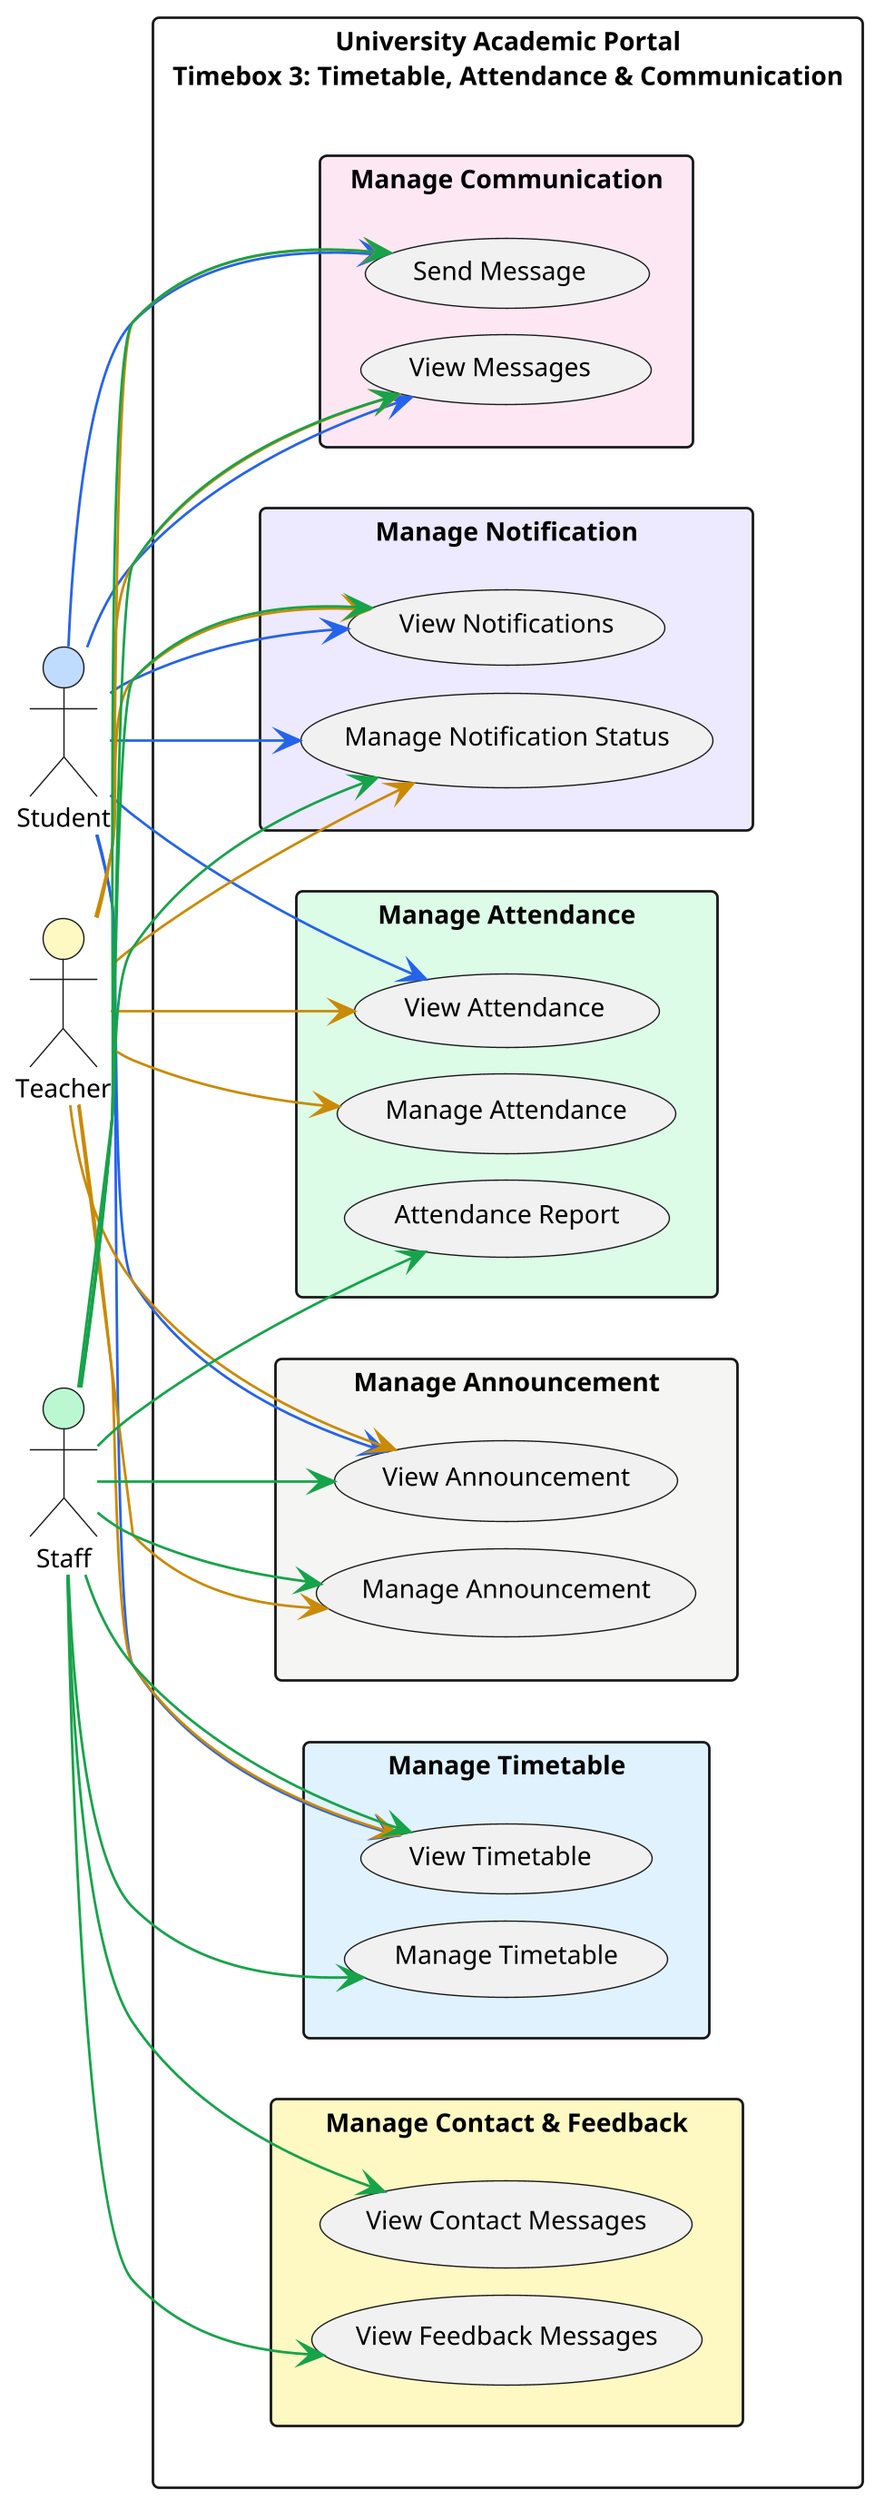
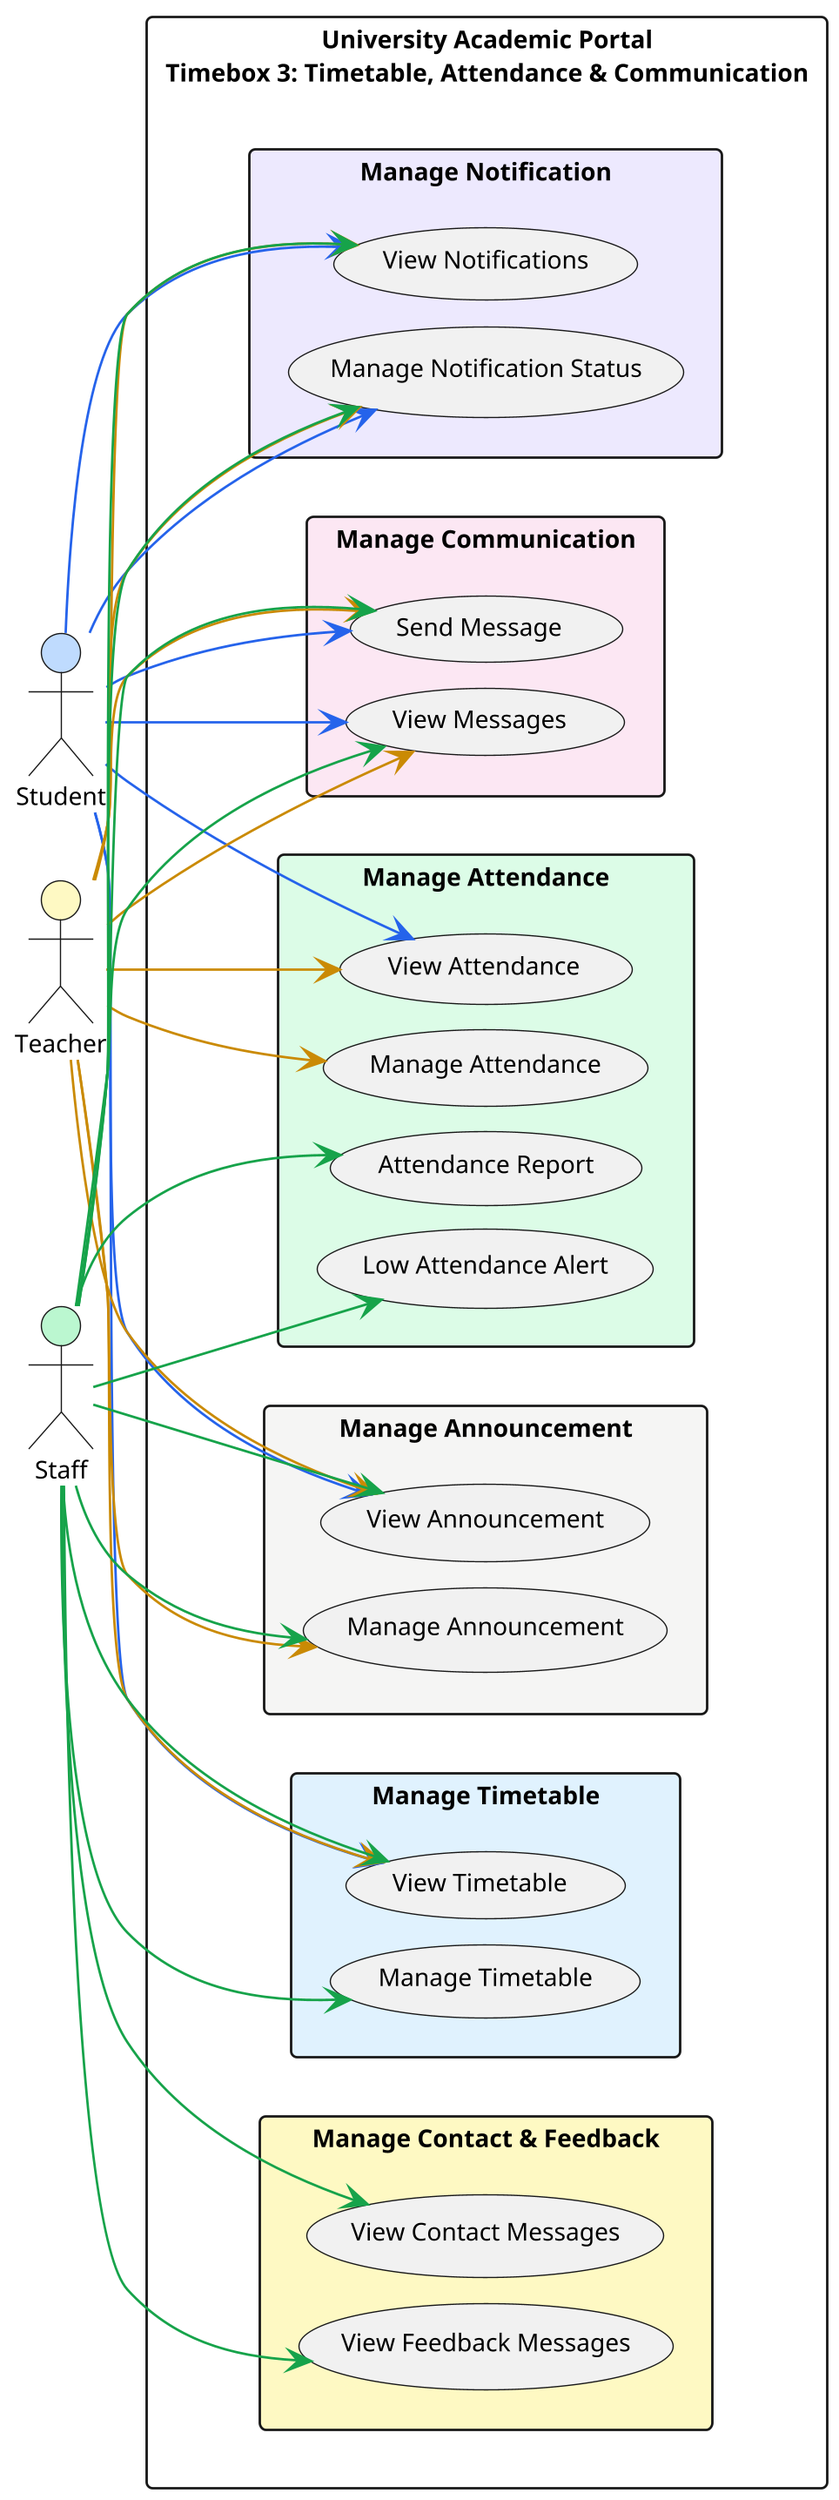
@startuml Timebox3_Core_UseCaseDiagram
left to right direction
skinparam packageStyle rectangle
skinparam shadowing false
skinparam dpi 300

' Make it compact
scale 0.9
skinparam defaultFontSize 10
skinparam ranksep 10
skinparam nodesep 10
skinparam RectanglePadding 6

' Actor colours
actor "Student" as Student #BFDBFE
actor "Teacher" as Teacher #FEF9C3
actor "Staff" as Staff #BBF7D0

rectangle "University Academic Portal\nTimebox 3: Timetable, Attendance & Communication" #FFFFFF {

  rectangle "Manage Timetable" #E0F2FE {
    usecase "Manage Timetable" as UC_Timetable
    usecase "View Timetable" as UC_ViewTimetable
  }

  rectangle "Manage Attendance" #DCFCE7 {
    usecase "Manage Attendance" as UC_Attendance
    usecase "View Attendance" as UC_ViewAttendance
    usecase "Attendance Report" as UC_AttendanceReport
+     usecase "Low Attendance Alert" as UC_LowAttendanceAlert
  }

  rectangle "Manage Announcement" #F5F5F4 {
    usecase "Manage Announcement" as UC_Announcement
    usecase "View Announcement" as UC_ViewAnnouncement
  }

  rectangle "Manage Communication" #FCE7F3 {
    usecase "Send Message" as UC_SendMessage
    usecase "View Messages" as UC_ViewMessages
  }

  rectangle "Manage Contact & Feedback" #FEF9C3 {
    usecase "View Contact Messages" as UC_ViewContact
    usecase "View Feedback Messages" as UC_ViewFeedback
  }

  rectangle "Manage Notification" #EDE9FE {
    usecase "View Notifications" as UC_ViewNotif
    usecase "Manage Notification Status" as UC_ManageNotif
  }
}

' Student links
Student -[#2563EB]-> UC_ViewTimetable
Student -[#2563EB]-> UC_ViewAttendance
Student -[#2563EB]-> UC_ViewAnnouncement
Student -[#2563EB]-> UC_SendMessage
Student -[#2563EB]-> UC_ViewMessages
Student -[#2563EB]-> UC_ViewNotif
Student -[#2563EB]-> UC_ManageNotif

' Teacher links
Teacher -[#CA8A04]-> UC_ViewTimetable
Teacher -[#CA8A04]-> UC_Attendance
Teacher -[#CA8A04]-> UC_ViewAttendance
Teacher -[#CA8A04]-> UC_Announcement
Teacher -[#CA8A04]-> UC_ViewAnnouncement
Teacher -[#CA8A04]-> UC_SendMessage
Teacher -[#CA8A04]-> UC_ViewMessages
Teacher -[#CA8A04]-> UC_ViewNotif
Teacher -[#CA8A04]-> UC_ManageNotif

' Staff links
Staff -[#16A34A]-> UC_Timetable
Staff -[#16A34A]-> UC_ViewTimetable
Staff -[#16A34A]-> UC_AttendanceReport
+ Staff -[#16A34A]-> UC_LowAttendanceAlert
Staff -[#16A34A]-> UC_Announcement
Staff -[#16A34A]-> UC_ViewAnnouncement
Staff -[#16A34A]-> UC_SendMessage
Staff -[#16A34A]-> UC_ViewMessages
Staff -[#16A34A]-> UC_ViewContact
Staff -[#16A34A]-> UC_ViewFeedback
Staff -[#16A34A]-> UC_ViewNotif
Staff -[#16A34A]-> UC_ManageNotif

@enduml
